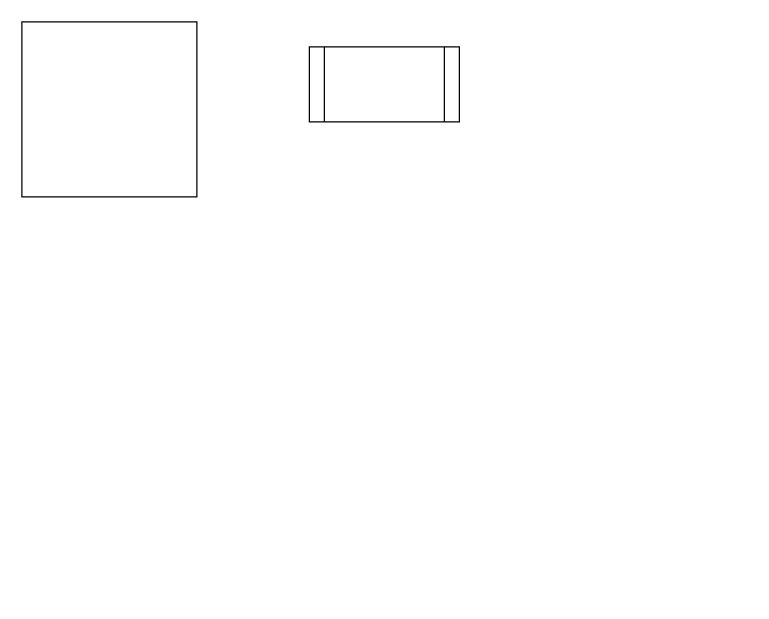
Earlier version of the draw.io diagram 名称未設定ファイル.drawio (halchil/git_test). Source tidied: cells renumbered, new cells numbered last; positions are measured from the earlier drawing's top-left corner, leaving out a move shared by most shapes. Both pictures are drawn from the tidied source at 125%, with x=0, y=0 at pixel (21, 21).
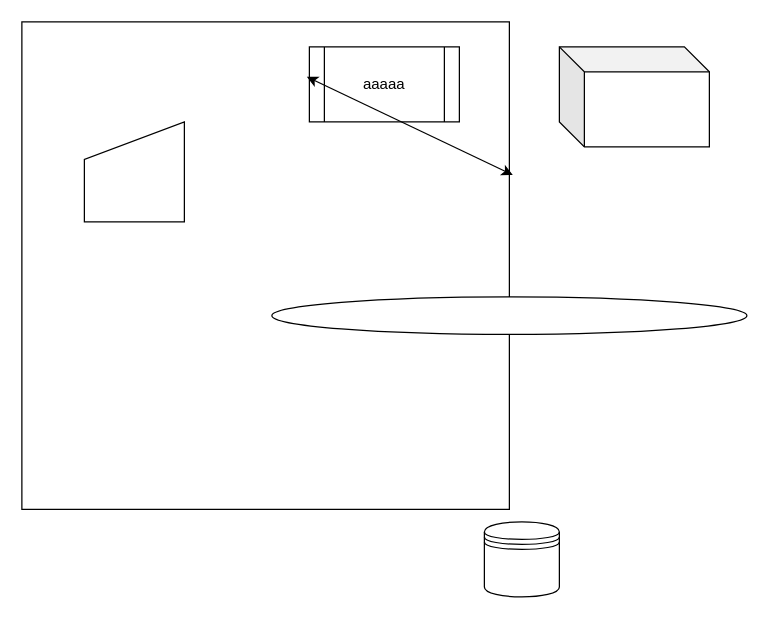
Above is the later version.

Change to the diagram source:
```diff
@@
 <mxGraphModel>
   <root>
     <mxCell id="0" />
     <mxCell id="1" parent="0" />
     <mxCell id="2" style="whiteSpace=wrap;html=1;" parent="1" vertex="1">
-      <mxGeometry width="140" height="140" as="geometry" />
+      <mxGeometry width="390" height="390" as="geometry" />
     </mxCell>
-    <mxCell id="3" style="shape=process;whiteSpace=wrap;html=1;backgroundOutline=1;" parent="1" vertex="1">
+    <mxCell id="3" value="&lt;div&gt;aaaaa&lt;/div&gt;" style="shape=process;whiteSpace=wrap;html=1;backgroundOutline=1;" parent="1" vertex="1">
       <mxGeometry x="230" y="20" width="120" height="60" as="geometry" />
     </mxCell>
+    <mxCell id="4" style="shape=cube;whiteSpace=wrap;html=1;boundedLbl=1;backgroundOutline=1;darkOpacity=0.05;darkOpacity2=0.1;" parent="1" vertex="1">
+      <mxGeometry x="430" y="20" width="120" height="80" as="geometry" />
+    </mxCell>
+    <mxCell id="5" style="endArrow=classic;startArrow=classic;html=1;rounded=0;entryX=-0.017;entryY=0.4;entryDx=0;entryDy=0;entryPerimeter=0;exitX=1.007;exitY=0.314;exitDx=0;exitDy=0;exitPerimeter=0;" parent="1" edge="1" source="2" target="3">
+      <mxGeometry relative="1" as="geometry" />
+    </mxCell>
+    <mxCell id="6" style="ellipse;whiteSpace=wrap;html=1;" parent="1" vertex="1">
+      <mxGeometry x="200" y="220" width="380" height="30" as="geometry" />
+    </mxCell>
+    <mxCell id="7" style="shape=manualInput;whiteSpace=wrap;html=1;" parent="1" vertex="1">
+      <mxGeometry x="50" y="80" width="80" height="80" as="geometry" />
+    </mxCell>
+    <mxCell id="8" style="shape=datastore;whiteSpace=wrap;html=1;" parent="1" vertex="1">
+      <mxGeometry x="370" y="400" width="60" height="60" as="geometry" />
+    </mxCell>
   </root>
 </mxGraphModel>
```
